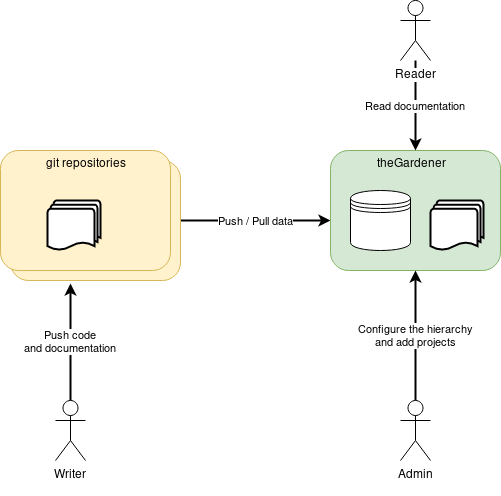
The draw.io diagram documentation/assets/images/theGardener_architecture.png in KelkooGroup/theGardener, before a commit. Source tidied: cells renumbered, new cells last; positions are measured from the earlier drawing's top-left corner, leaving out a move shared by most shapes.
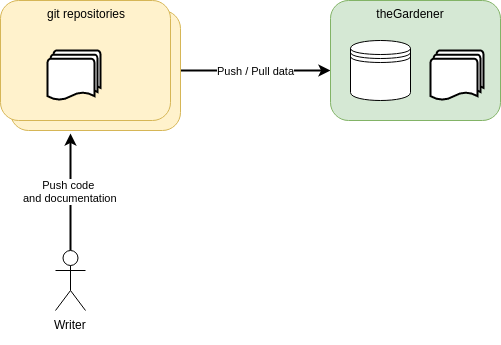
After the change.

Diff of the diagram source:
```diff
@@ -29,12 +29,6 @@
     <mxCell id="9" value="&lt;div&gt;theGardener&lt;/div&gt;&lt;div&gt;&lt;br&gt;&lt;/div&gt;" style="text;html=1;strokeColor=none;fillColor=none;align=center;verticalAlign=middle;whiteSpace=wrap;rounded=0;" parent="1" vertex="1">
       <mxGeometry x="390" y="160" width="40" height="20" as="geometry" />
     </mxCell>
-    <mxCell id="10" value="&lt;div&gt;Read documentation&lt;/div&gt;" style="edgeStyle=orthogonalEdgeStyle;rounded=0;jettySize=auto;html=1;entryX=0.5;entryY=0;entryDx=0;entryDy=0;strokeWidth=2;" parent="1" edge="1" source="11" target="4">
-      <mxGeometry relative="1" as="geometry" />
-    </mxCell>
-    <mxCell id="11" value="&lt;div&gt;Reader&lt;/div&gt;" style="shape=umlActor;verticalLabelPosition=bottom;labelBackgroundColor=#ffffff;verticalAlign=top;html=1;outlineConnect=0;" parent="1" vertex="1">
-      <mxGeometry x="400" width="30" height="60" as="geometry" />
-    </mxCell>
     <mxCell id="12" style="rounded=1;whiteSpace=wrap;html=1;fillColor=#fff2cc;strokeColor=#d6b656;" parent="1" vertex="1">
       <mxGeometry y="150" width="170" height="120" as="geometry" />
     </mxCell>
@@ -44,11 +38,5 @@
     <mxCell id="14" value="&lt;div&gt;git repositories&lt;/div&gt;&lt;div&gt;&lt;br&gt;&lt;/div&gt;" style="text;html=1;strokeColor=none;fillColor=none;align=center;verticalAlign=middle;whiteSpace=wrap;rounded=0;" parent="1" vertex="1">
       <mxGeometry x="30" y="160" width="110" height="20" as="geometry" />
     </mxCell>
-    <mxCell id="15" value="Configure the hierarchy&lt;br&gt;and add projects" style="edgeStyle=orthogonalEdgeStyle;rounded=0;jettySize=auto;html=1;entryX=0.5;entryY=1;entryDx=0;entryDy=0;strokeWidth=2;" parent="1" edge="1" source="16" target="4">
-      <mxGeometry relative="1" as="geometry" />
-    </mxCell>
-    <mxCell id="16" value="Admin" style="shape=umlActor;verticalLabelPosition=bottom;labelBackgroundColor=#ffffff;verticalAlign=top;html=1;outlineConnect=0;" parent="1" vertex="1">
-      <mxGeometry x="400" y="400" width="30" height="60" as="geometry" />
-    </mxCell>
   </root>
 </mxGraphModel>
```
